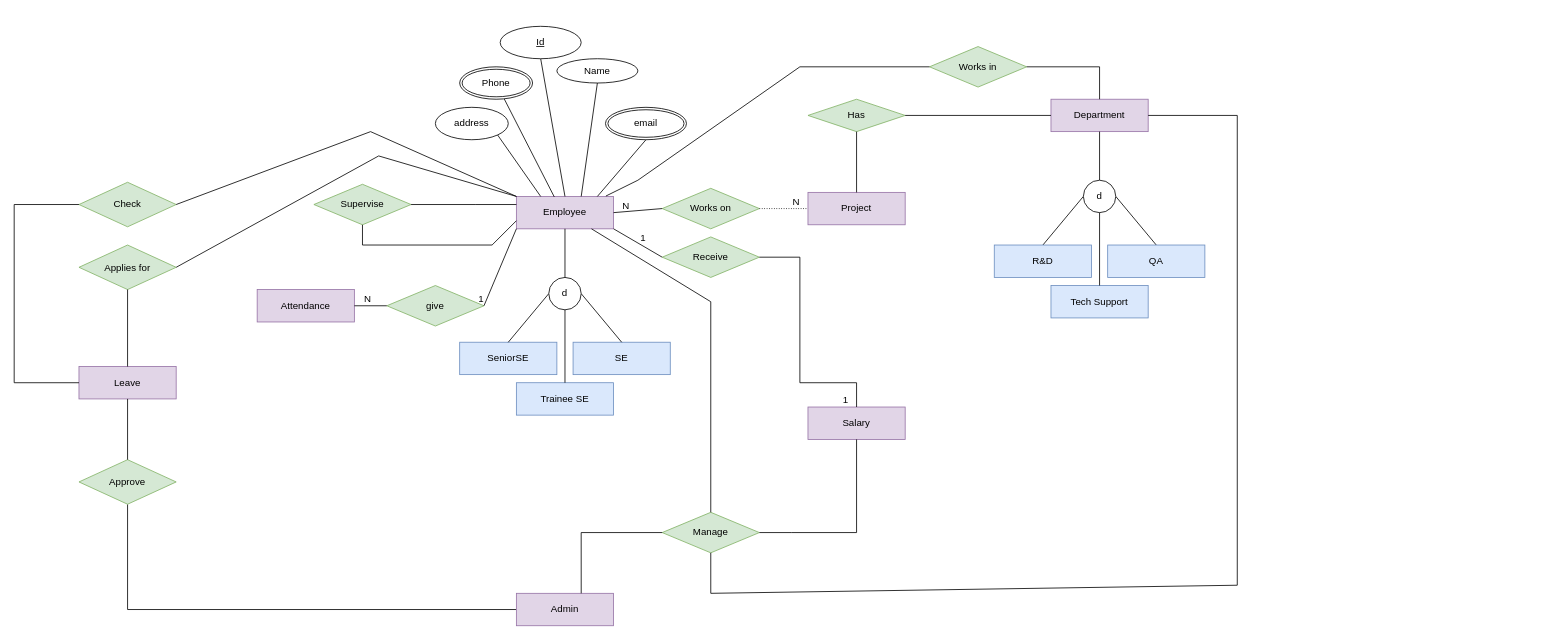
Earlier version of the draw.io diagram ERD/EER_Software.drawio (nabilah-h-s/NSL). Source tidied: cells renumbered, new cells numbered last; positions are measured from the earlier drawing's top-left corner, leaving out a move shared by most shapes. Both pictures are drawn from the tidied source at 81%, with x=0, y=0 at pixel (14, 26).
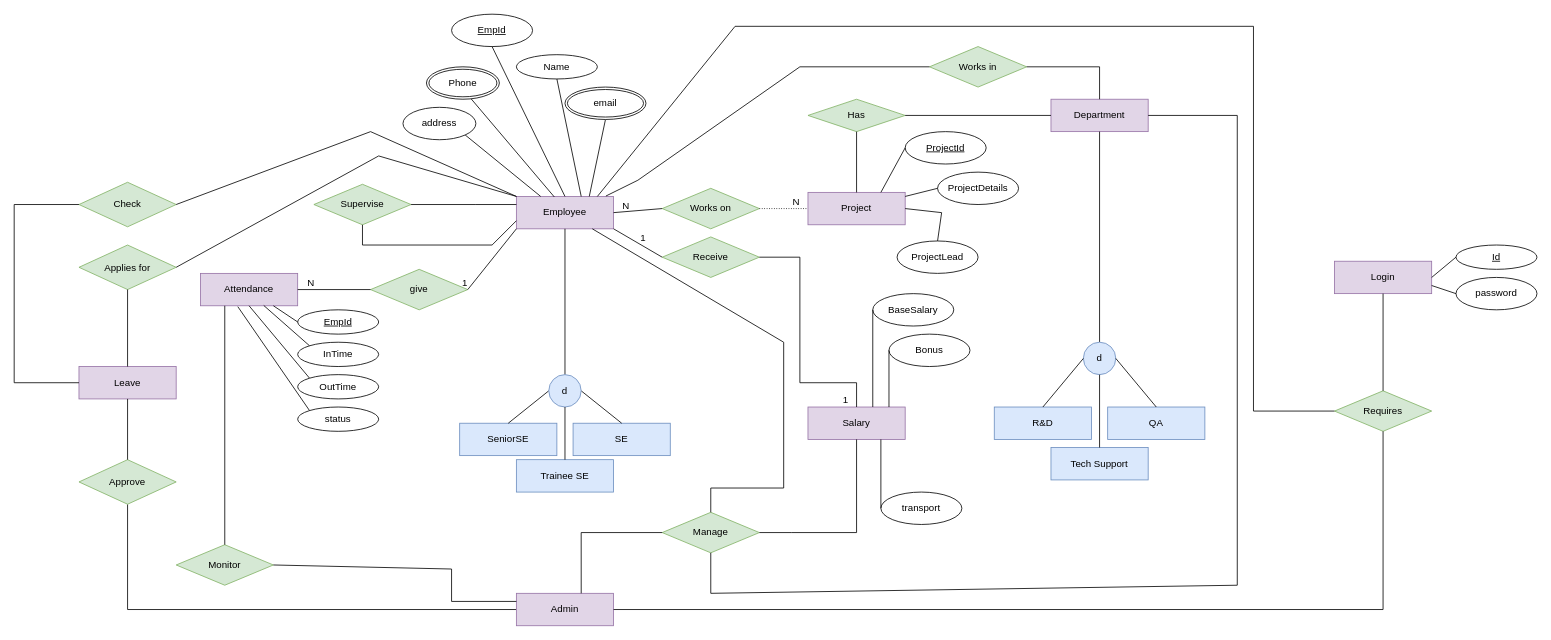
The same page after the edit.

The change refers to these unchanged cells:
```xml
<mxCell id="3" value="Employee" style="rounded=0;whiteSpace=wrap;html=1;fillColor=#e1d5e7;strokeColor=#9673a6;" parent="1" vertex="1">
  <mxGeometry x="620" y="210" width="120" height="40" as="geometry" />
</mxCell>
<mxCell id="16" value="Project" style="rounded=0;whiteSpace=wrap;html=1;fillColor=#e1d5e7;strokeColor=#9673a6;" parent="1" vertex="1">
  <mxGeometry x="980" y="205" width="120" height="40" as="geometry" />
</mxCell>
<mxCell id="22" value="Salary" style="rounded=0;whiteSpace=wrap;html=1;fillColor=#e1d5e7;strokeColor=#9673a6;" parent="1" vertex="1">
  <mxGeometry x="980" y="470" width="120" height="40" as="geometry" />
</mxCell>
<mxCell id="35" value="Admin" style="rounded=0;whiteSpace=wrap;html=1;fillColor=#e1d5e7;strokeColor=#9673a6;" parent="1" vertex="1">
  <mxGeometry x="620" y="700" width="120" height="40" as="geometry" />
</mxCell>
<mxCell id="37" value="Manage" style="shape=rhombus;perimeter=rhombusPerimeter;whiteSpace=wrap;html=1;align=center;fillColor=#d5e8d4;strokeColor=#82b366;" parent="1" vertex="1">
  <mxGeometry x="800" y="600" width="120" height="50" as="geometry" />
</mxCell>
```

What changed in the source:
```diff
@@
     <mxCell id="5" value="address" style="ellipse;whiteSpace=wrap;html=1;" parent="1" vertex="1">
-      <mxGeometry x="520" y="100" width="90" height="40" as="geometry" />
+      <mxGeometry x="480" y="100" width="90" height="40" as="geometry" />
     </mxCell>
     <mxCell id="6" value="Name" style="ellipse;whiteSpace=wrap;html=1;" parent="1" vertex="1">
-      <mxGeometry x="670" y="40" width="100" height="30" as="geometry" />
+      <mxGeometry x="620" y="35" width="100" height="30" as="geometry" />
     </mxCell>
@@
-    <mxCell id="9" style="endArrow=none;html=1;rounded=0;entryX=0.5;entryY=1;entryDx=0;entryDy=0;" parent="1" edge="1" target="15">
-      <mxGeometry relative="1" as="geometry">
-        <mxPoint x="720" y="210" as="sourcePoint" />
-      </mxGeometry>
+    <mxCell id="9" style="endArrow=none;html=1;rounded=0;entryX=0.5;entryY=1;entryDx=0;entryDy=0;exitX=0.75;exitY=0;exitDx=0;exitDy=0;" parent="1" edge="1" source="3" target="15">
+      <mxGeometry relative="1" as="geometry" />
     </mxCell>
@@
     <mxCell id="12" value="Phone" style="ellipse;shape=doubleEllipse;margin=3;whiteSpace=wrap;html=1;align=center;" parent="1" vertex="1">
-      <mxGeometry x="550" y="50" width="90" height="40" as="geometry" />
+      <mxGeometry x="509" y="50" width="90" height="40" as="geometry" />
     </mxCell>
-    <mxCell id="13" value="Id" style="ellipse;whiteSpace=wrap;html=1;align=center;fontStyle=4;" parent="1" vertex="1">
-      <mxGeometry x="600" width="100" height="40" as="geometry" />
+    <mxCell id="13" value="EmpId" style="ellipse;whiteSpace=wrap;html=1;align=center;fontStyle=4;" parent="1" vertex="1">
+      <mxGeometry x="540" y="-15" width="100" height="40" as="geometry" />
     </mxCell>
@@
     <mxCell id="15" value="email" style="ellipse;shape=doubleEllipse;margin=3;whiteSpace=wrap;html=1;align=center;" parent="1" vertex="1">
-      <mxGeometry x="730" y="100" width="100" height="40" as="geometry" />
+      <mxGeometry x="680" y="75" width="100" height="40" as="geometry" />
     </mxCell>
@@
     <mxCell id="27" value="give" style="shape=rhombus;perimeter=rhombusPerimeter;whiteSpace=wrap;html=1;align=center;fillColor=#d5e8d4;strokeColor=#82b366;" parent="1" vertex="1">
-      <mxGeometry x="460" y="320" width="120" height="50" as="geometry" />
+      <mxGeometry x="440" y="300" width="120" height="50" as="geometry" />
     </mxCell>
     <mxCell id="28" value="Attendance" style="rounded=0;whiteSpace=wrap;html=1;fillColor=#e1d5e7;strokeColor=#9673a6;" parent="1" vertex="1">
-      <mxGeometry x="300" y="325" width="120" height="40" as="geometry" />
+      <mxGeometry x="230" y="305" width="120" height="40" as="geometry" />
     </mxCell>
@@
     <mxCell id="38" style="endArrow=none;html=1;rounded=0;entryX=0.5;entryY=0;entryDx=0;entryDy=0;" parent="1" edge="1" source="3" target="37">
       <mxGeometry relative="1" as="geometry">
         <Array as="points">
-          <mxPoint x="860" y="340" />
+          <mxPoint x="950" y="390" />
+          <mxPoint x="950" y="570" />
+          <mxPoint x="860" y="570" />
         </Array>
       </mxGeometry>
     </mxCell>
@@
-    <mxCell id="59" style="endArrow=none;html=1;rounded=0;exitX=1;exitY=0.5;exitDx=0;exitDy=0;entryX=0.5;entryY=0;entryDx=0;entryDy=0;" parent="1" edge="1" source="71" target="69">
-      <mxGeometry relative="1" as="geometry" />
-    </mxCell>
-    <mxCell id="60" style="endArrow=none;html=1;rounded=0;exitX=0;exitY=0.5;exitDx=0;exitDy=0;entryX=0.5;entryY=0;entryDx=0;entryDy=0;" parent="1" edge="1" source="71" target="70">
-      <mxGeometry relative="1" as="geometry" />
-    </mxCell>
     <mxCell id="61" style="group;" parent="1" vertex="1">
-      <mxGeometry x="550" y="390" width="260" height="40" as="geometry" />
+      <mxGeometry x="550" y="490" width="260" height="40" as="geometry" />
     </mxCell>
@@
-    <mxCell id="66" value="d" style="ellipse;whiteSpace=wrap;html=1;" parent="1" vertex="1">
-      <mxGeometry x="660" y="310" width="40" height="40" as="geometry" />
+    <mxCell id="66" value="d" style="ellipse;whiteSpace=wrap;html=1;fillColor=#dae8fc;strokeColor=#6c8ebf;" parent="1" vertex="1">
+      <mxGeometry x="660" y="430" width="40" height="40" as="geometry" />
     </mxCell>
     <mxCell id="67" value="Trainee SE" style="rounded=0;whiteSpace=wrap;html=1;fillColor=#dae8fc;strokeColor=#6c8ebf;" parent="1" vertex="1">
-      <mxGeometry x="620" y="440" width="120" height="40" as="geometry" />
+      <mxGeometry x="620" y="535" width="120" height="40" as="geometry" />
     </mxCell>
@@
+    <mxCell id="74" value="ProjectId" style="ellipse;whiteSpace=wrap;html=1;align=center;fontStyle=4;" parent="1" vertex="1">
+      <mxGeometry x="1100" y="130" width="100" height="40" as="geometry" />
+    </mxCell>
+    <mxCell id="75" style="endArrow=none;html=1;rounded=0;entryX=0;entryY=0.5;entryDx=0;entryDy=0;exitX=0.75;exitY=0;exitDx=0;exitDy=0;" parent="1" edge="1" source="16" target="74">
+      <mxGeometry relative="1" as="geometry" />
+    </mxCell>
+    <mxCell id="76" value="ProjectDetails" style="ellipse;whiteSpace=wrap;html=1;align=center;" parent="1" vertex="1">
+      <mxGeometry x="1140" y="180" width="100" height="40" as="geometry" />
+    </mxCell>
+    <mxCell id="77" style="endArrow=none;html=1;rounded=0;entryX=0;entryY=0.5;entryDx=0;entryDy=0;" parent="1" edge="1" target="76">
+      <mxGeometry relative="1" as="geometry">
+        <mxPoint x="1100" y="210" as="sourcePoint" />
+      </mxGeometry>
+    </mxCell>
+    <mxCell id="78" value="ProjectLead" style="ellipse;whiteSpace=wrap;html=1;align=center;" parent="1" vertex="1">
+      <mxGeometry x="1090" y="265" width="100" height="40" as="geometry" />
+    </mxCell>
+    <mxCell id="79" style="endArrow=none;html=1;rounded=0;entryX=0.5;entryY=0;entryDx=0;entryDy=0;exitX=1;exitY=0.5;exitDx=0;exitDy=0;" parent="1" edge="1" source="16" target="78">
+      <mxGeometry relative="1" as="geometry">
+        <Array as="points">
+          <mxPoint x="1145" y="230" />
+        </Array>
+      </mxGeometry>
+    </mxCell>
+    <mxCell id="80" value="Monitor" style="shape=rhombus;perimeter=rhombusPerimeter;whiteSpace=wrap;html=1;align=center;fillColor=#d5e8d4;strokeColor=#82b366;" parent="1" vertex="1">
+      <mxGeometry x="200" y="640" width="120" height="50" as="geometry" />
+    </mxCell>
+    <mxCell id="81" style="endArrow=none;html=1;rounded=0;exitX=1;exitY=0.5;exitDx=0;exitDy=0;entryX=0;entryY=0.25;entryDx=0;entryDy=0;" parent="1" edge="1" source="80" target="35">
+      <mxGeometry relative="1" as="geometry">
+        <Array as="points">
+          <mxPoint x="540" y="670" />
+          <mxPoint x="540" y="710" />
+        </Array>
+      </mxGeometry>
+    </mxCell>
+    <mxCell id="82" style="endArrow=none;html=1;rounded=0;exitX=0.25;exitY=1;exitDx=0;exitDy=0;entryX=0.5;entryY=0;entryDx=0;entryDy=0;" parent="1" edge="1" source="28" target="80">
+      <mxGeometry relative="1" as="geometry" />
+    </mxCell>
+    <mxCell id="83" value="EmpId" style="ellipse;whiteSpace=wrap;html=1;align=center;fontStyle=4;" parent="1" vertex="1">
+      <mxGeometry x="350" y="350" width="100" height="30" as="geometry" />
+    </mxCell>
+    <mxCell id="84" value="password" style="ellipse;whiteSpace=wrap;html=1;" parent="1" vertex="1">
+      <mxGeometry x="1780" y="310" width="100" height="40" as="geometry" />
+    </mxCell>
+    <mxCell id="85" value="status" style="ellipse;whiteSpace=wrap;html=1;" parent="1" vertex="1">
+      <mxGeometry x="350" y="470" width="100" height="30" as="geometry" />
+    </mxCell>
+    <mxCell id="86" value="OutTime" style="ellipse;whiteSpace=wrap;html=1;" parent="1" vertex="1">
+      <mxGeometry x="350" y="430" width="100" height="30" as="geometry" />
+    </mxCell>
+    <mxCell id="87" value="InTime" style="ellipse;whiteSpace=wrap;html=1;" parent="1" vertex="1">
+      <mxGeometry x="350" y="390" width="100" height="30" as="geometry" />
+    </mxCell>
+    <mxCell id="88" style="endArrow=none;html=1;rounded=0;exitX=0.75;exitY=1;exitDx=0;exitDy=0;entryX=0;entryY=0.5;entryDx=0;entryDy=0;" parent="1" edge="1" source="28" target="83">
+      <mxGeometry relative="1" as="geometry" />
+    </mxCell>
+    <mxCell id="89" style="endArrow=none;html=1;rounded=0;exitX=0.651;exitY=0.991;exitDx=0;exitDy=0;exitPerimeter=0;entryX=0;entryY=0;entryDx=0;entryDy=0;" parent="1" edge="1" source="28" target="87">
+      <mxGeometry relative="1" as="geometry" />
+    </mxCell>
+    <mxCell id="90" style="endArrow=none;html=1;rounded=0;exitX=0.5;exitY=1;exitDx=0;exitDy=0;entryX=0;entryY=0;entryDx=0;entryDy=0;" parent="1" edge="1" source="28" target="86">
+      <mxGeometry relative="1" as="geometry" />
+    </mxCell>
+    <mxCell id="91" style="endArrow=none;html=1;rounded=0;exitX=0.384;exitY=1.027;exitDx=0;exitDy=0;exitPerimeter=0;entryX=0;entryY=0;entryDx=0;entryDy=0;" parent="1" edge="1" source="28" target="85">
+      <mxGeometry relative="1" as="geometry" />
+    </mxCell>
+    <mxCell id="92" value="BaseSalary" style="ellipse;whiteSpace=wrap;html=1;align=center;" parent="1" vertex="1">
+      <mxGeometry x="1060" y="330" width="100" height="40" as="geometry" />
+    </mxCell>
+    <mxCell id="93" value="Bonus" style="ellipse;whiteSpace=wrap;html=1;align=center;" parent="1" vertex="1">
+      <mxGeometry x="1080" y="380" width="100" height="40" as="geometry" />
+    </mxCell>
+    <mxCell id="94" value="transport" style="ellipse;whiteSpace=wrap;html=1;align=center;" parent="1" vertex="1">
+      <mxGeometry x="1070" y="575" width="100" height="40" as="geometry" />
+    </mxCell>
+    <mxCell id="95" style="endArrow=none;html=1;rounded=0;entryX=0;entryY=0.5;entryDx=0;entryDy=0;" parent="1" edge="1" target="92">
+      <mxGeometry relative="1" as="geometry">
+        <mxPoint x="1060" y="470" as="sourcePoint" />
+      </mxGeometry>
+    </mxCell>
+    <mxCell id="96" style="endArrow=none;html=1;rounded=0;entryX=0;entryY=0.5;entryDx=0;entryDy=0;" parent="1" edge="1" target="93">
+      <mxGeometry relative="1" as="geometry">
+        <mxPoint x="1080" y="470" as="sourcePoint" />
+      </mxGeometry>
+    </mxCell>
+    <mxCell id="97" style="endArrow=none;html=1;rounded=0;entryX=0;entryY=0.5;entryDx=0;entryDy=0;exitX=0.75;exitY=1;exitDx=0;exitDy=0;" parent="1" edge="1" source="22" target="94">
+      <mxGeometry relative="1" as="geometry" />
+    </mxCell>
+    <mxCell id="98" value="Id" style="ellipse;whiteSpace=wrap;html=1;align=center;fontStyle=4;" parent="1" vertex="1">
+      <mxGeometry x="1780" y="270" width="100" height="30" as="geometry" />
+    </mxCell>
+    <mxCell id="99" value="Login" style="rounded=0;whiteSpace=wrap;html=1;fillColor=#e1d5e7;strokeColor=#9673a6;" parent="1" vertex="1">
+      <mxGeometry x="1630" y="290" width="120" height="40" as="geometry" />
+    </mxCell>
+    <mxCell id="100" style="endArrow=none;html=1;rounded=0;entryX=0;entryY=0.5;entryDx=0;entryDy=0;exitX=1;exitY=0.5;exitDx=0;exitDy=0;" parent="1" edge="1" source="99" target="98">
+      <mxGeometry relative="1" as="geometry" />
+    </mxCell>
+    <mxCell id="101" style="endArrow=none;html=1;rounded=0;entryX=0;entryY=0.5;entryDx=0;entryDy=0;exitX=1;exitY=0.75;exitDx=0;exitDy=0;" parent="1" edge="1" source="99" target="84">
+      <mxGeometry relative="1" as="geometry" />
+    </mxCell>
+    <mxCell id="102" value="Requires" style="shape=rhombus;perimeter=rhombusPerimeter;whiteSpace=wrap;html=1;align=center;fillColor=#d5e8d4;strokeColor=#82b366;" parent="1" vertex="1">
+      <mxGeometry x="1630" y="450" width="120" height="50" as="geometry" />
+    </mxCell>
+    <mxCell id="103" style="endArrow=none;html=1;rounded=0;exitX=1;exitY=0.5;exitDx=0;exitDy=0;entryX=0.5;entryY=1;entryDx=0;entryDy=0;" parent="1" edge="1" source="35" target="102">
+      <mxGeometry relative="1" as="geometry">
+        <Array as="points">
+          <mxPoint x="1690" y="720" />
+        </Array>
+      </mxGeometry>
+    </mxCell>
+    <mxCell id="104" style="endArrow=none;html=1;rounded=0;entryX=0.5;entryY=1;entryDx=0;entryDy=0;exitX=0.5;exitY=0;exitDx=0;exitDy=0;" parent="1" edge="1" source="102" target="99">
+      <mxGeometry relative="1" as="geometry" />
+    </mxCell>
+    <mxCell id="105" style="endArrow=none;html=1;rounded=0;entryX=0;entryY=0.5;entryDx=0;entryDy=0;" parent="1" edge="1" target="102">
+      <mxGeometry relative="1" as="geometry">
+        <mxPoint x="720" y="210" as="sourcePoint" />
+        <Array as="points">
+          <mxPoint x="890" />
+          <mxPoint x="1530" />
+          <mxPoint x="1530" y="475" />
+        </Array>
+      </mxGeometry>
+    </mxCell>
+    <mxCell id="106" style="group;" parent="1" vertex="1">
+      <mxGeometry x="1210" y="390" width="260" height="170" as="geometry" />
+    </mxCell>
+    <mxCell id="71" value="d" style="ellipse;whiteSpace=wrap;html=1;fillColor=#dae8fc;strokeColor=#6c8ebf;" parent="106" vertex="1">
+      <mxGeometry x="110" width="40" height="40" as="geometry" />
+    </mxCell>
+    <mxCell id="107" style="group;" parent="106" vertex="1">
+      <mxGeometry y="80" width="260" height="90" as="geometry" />
+    </mxCell>
-    <mxCell id="69" value="QA" style="rounded=0;whiteSpace=wrap;html=1;fillColor=#dae8fc;strokeColor=#6c8ebf;" parent="1" vertex="1">
-      <mxGeometry x="1350" y="270" width="120" height="40" as="geometry" />
+    <mxCell id="69" value="QA" style="rounded=0;whiteSpace=wrap;html=1;fillColor=#dae8fc;strokeColor=#6c8ebf;" parent="107" vertex="1">
+      <mxGeometry x="140" width="120" height="40" as="geometry" />
     </mxCell>
-    <mxCell id="70" value="R&amp;amp;D" style="rounded=0;whiteSpace=wrap;html=1;fillColor=#dae8fc;strokeColor=#6c8ebf;" parent="1" vertex="1">
-      <mxGeometry x="1210" y="270" width="120" height="40" as="geometry" />
+    <mxCell id="70" value="R&amp;amp;D" style="rounded=0;whiteSpace=wrap;html=1;fillColor=#dae8fc;strokeColor=#6c8ebf;" parent="107" vertex="1">
+      <mxGeometry width="120" height="40" as="geometry" />
     </mxCell>
-    <mxCell id="71" value="d" style="ellipse;whiteSpace=wrap;html=1;" parent="1" vertex="1">
-      <mxGeometry x="1320" y="190" width="40" height="40" as="geometry" />
-    </mxCell>
-    <mxCell id="72" value="Tech Support" style="rounded=0;whiteSpace=wrap;html=1;fillColor=#dae8fc;strokeColor=#6c8ebf;" parent="1" vertex="1">
-      <mxGeometry x="1280" y="320" width="120" height="40" as="geometry" />
+    <mxCell id="72" value="Tech Support" style="rounded=0;whiteSpace=wrap;html=1;fillColor=#dae8fc;strokeColor=#6c8ebf;" parent="107" vertex="1">
+      <mxGeometry x="70" y="50" width="120" height="40" as="geometry" />
     </mxCell>
+    <mxCell id="59" style="endArrow=none;html=1;rounded=0;exitX=1;exitY=0.5;exitDx=0;exitDy=0;entryX=0.5;entryY=0;entryDx=0;entryDy=0;" parent="106" edge="1" source="71" target="69">
+      <mxGeometry relative="1" as="geometry" />
+    </mxCell>
+    <mxCell id="60" style="endArrow=none;html=1;rounded=0;exitX=0;exitY=0.5;exitDx=0;exitDy=0;entryX=0.5;entryY=0;entryDx=0;entryDy=0;" parent="106" edge="1" source="71" target="70">
+      <mxGeometry relative="1" as="geometry" />
+    </mxCell>
-    <mxCell id="73" style="endArrow=none;html=1;rounded=0;exitX=0.5;exitY=1;exitDx=0;exitDy=0;entryX=0.5;entryY=0;entryDx=0;entryDy=0;" parent="1" edge="1" source="71" target="72">
+    <mxCell id="73" style="endArrow=none;html=1;rounded=0;exitX=0.5;exitY=1;exitDx=0;exitDy=0;entryX=0.5;entryY=0;entryDx=0;entryDy=0;" parent="106" edge="1" source="71" target="72">
       <mxGeometry relative="1" as="geometry" />
     </mxCell>
```
